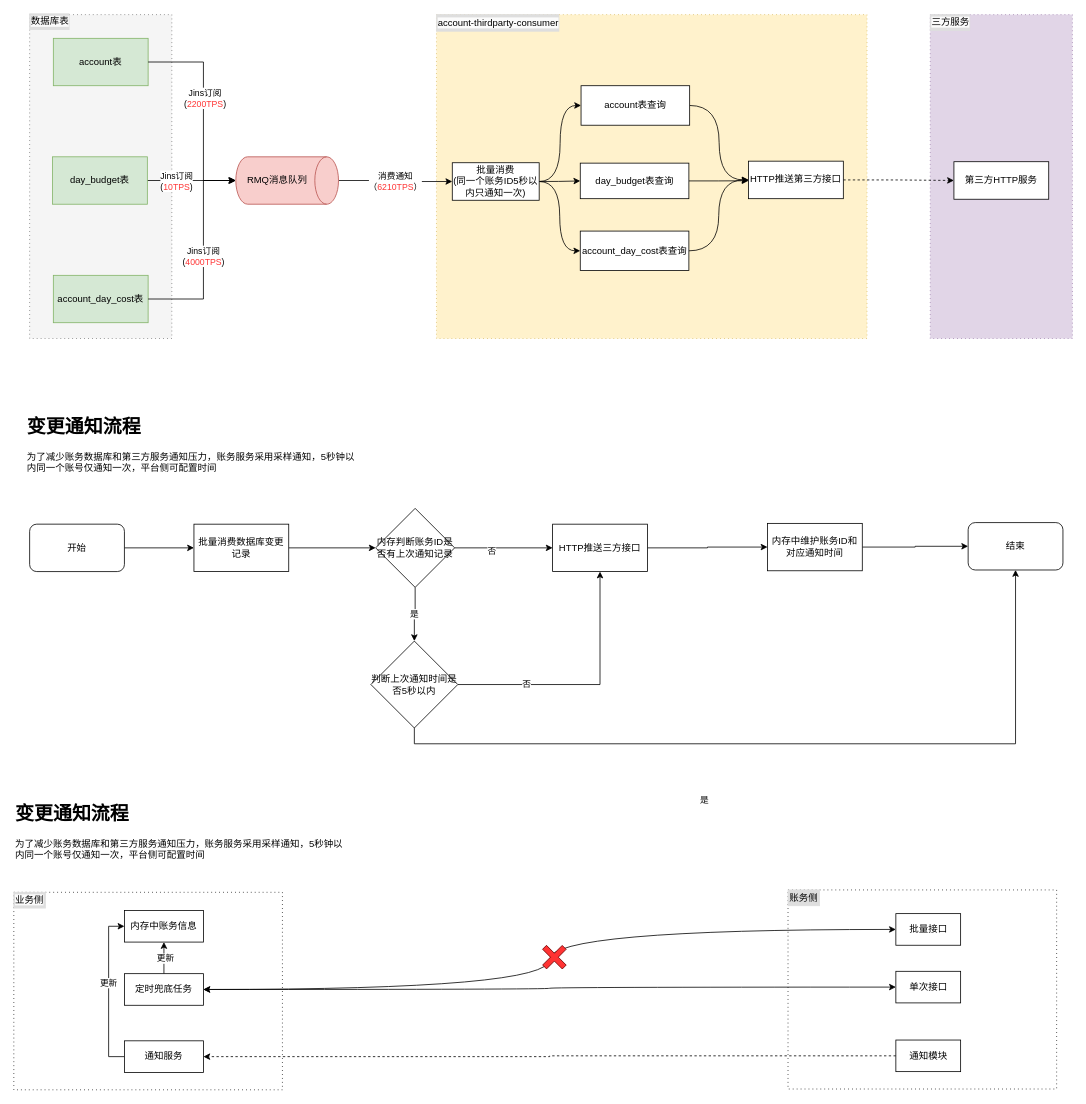
Earlier version of the draw.io diagram 账务变更通知架构图.drawio (qiangyin/zipkin-server). Source tidied: cells renumbered, new cells numbered last; positions are measured from the earlier drawing's top-left corner, leaving out a move shared by most shapes. Both pictures are drawn from the tidied source at 79%, with x=0, y=0 at pixel (13, 13).
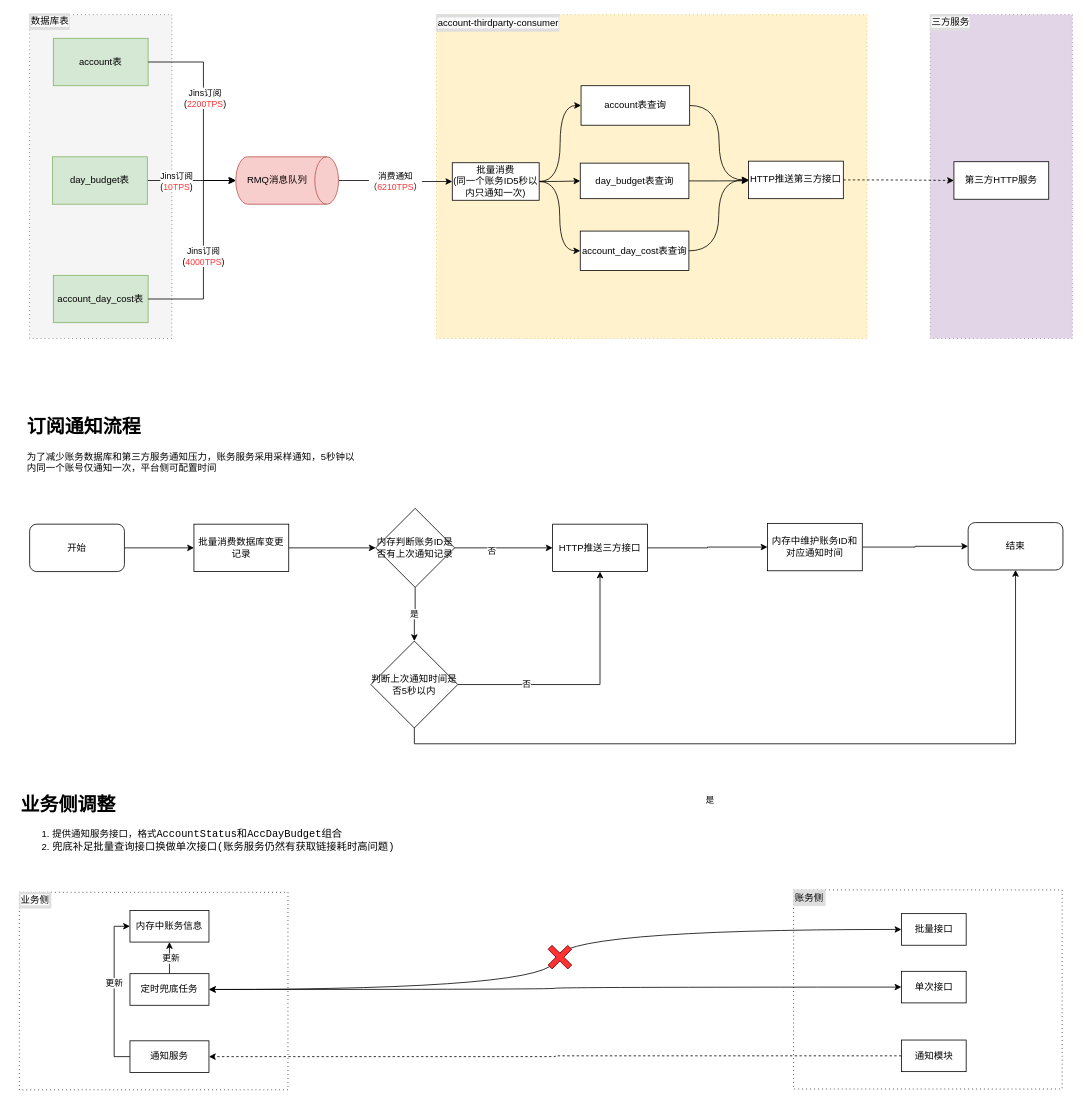
The same diagram, later.

Commit message:
更新账务变更通知架构图.drawio

The change refers to these unchanged cells:
```xml
<mxCell id="43" style="edgeStyle=orthogonalEdgeStyle;rounded=0;jettySize=auto;html=1;exitX=0.5;exitY=1;exitDx=0;exitDy=0;entryX=0.5;entryY=1;entryDx=0;entryDy=0;" parent="1" edge="1" source="45" target="40">
  <mxGeometry relative="1" as="geometry" />
</mxCell>
```

What changed in the source:
```diff
@@
     <mxCell id="44" value="是" style="edgeLabel;html=1;align=center;verticalAlign=middle;" parent="43" vertex="1">
       <mxGeometry x="-0.23" y="-5" relative="1" as="geometry">
-        <mxPoint x="1" y="66" as="offset" />
+        <mxPoint x="8" y="66" as="offset" />
       </mxGeometry>
     </mxCell>
@@
-    <mxCell id="50" value="&lt;h1 style=&quot;margin-top: 0px;&quot;&gt;变更通知流程&lt;/h1&gt;&lt;p&gt;为了减少账务数据库和第三方服务通知压力，账务服务采用采样通知，5秒钟以内同一个账号仅通知一次，平台侧可配置时间&lt;/p&gt;" style="text;html=1;whiteSpace=wrap;overflow=hidden;rounded=0;" parent="1" vertex="1">
+    <mxCell id="50" value="&lt;h1 style=&quot;margin-top: 0px;&quot;&gt;订阅通知流程&lt;/h1&gt;&lt;p&gt;为了减少账务数据库和第三方服务通知压力，账务服务采用采样通知，5秒钟以内同一个账号仅通知一次，平台侧可配置时间&lt;/p&gt;" style="text;html=1;whiteSpace=wrap;overflow=hidden;rounded=0;" parent="1" vertex="1">
       <mxGeometry x="15" y="502" width="420" height="95" as="geometry" />
     </mxCell>
     <mxCell id="51" style="rounded=0;whiteSpace=wrap;html=1;dashed=1;dashPattern=1 4;" parent="1" vertex="1">
-      <mxGeometry y="1112" width="340" height="250" as="geometry" />
+      <mxGeometry x="7" y="1112" width="340" height="250" as="geometry" />
     </mxCell>
     <mxCell id="52" value="&lt;span style=&quot;color: rgb(0, 0, 0); font-family: Helvetica; font-size: 12px; font-style: normal; font-variant-ligatures: normal; font-variant-caps: normal; font-weight: 400; letter-spacing: normal; orphans: 2; text-indent: 0px; text-transform: none; widows: 2; word-spacing: 0px; -webkit-text-stroke-width: 0px; white-space: normal; background-color: rgb(251, 251, 251); text-decoration-thickness: initial; text-decoration-style: initial; text-decoration-color: initial; float: none; display: inline !important;&quot;&gt;业务侧&lt;/span&gt;" style="text;html=1;align=left;verticalAlign=middle;whiteSpace=wrap;rounded=0;fillColor=#DEDEDE;strokeColor=#DEDEDE;fontColor=#333333;" parent="1" vertex="1">
-      <mxGeometry y="1112" width="40" height="20" as="geometry" />
+      <mxGeometry x="7" y="1112" width="40" height="20" as="geometry" />
     </mxCell>
     <mxCell id="53" style="rounded=0;whiteSpace=wrap;html=1;dashed=1;dashPattern=1 4;" parent="1" vertex="1">
-      <mxGeometry x="980" y="1109" width="340" height="252" as="geometry" />
+      <mxGeometry x="987" y="1109" width="340" height="252" as="geometry" />
     </mxCell>
     <mxCell id="54" value="&lt;font color=&quot;#000000&quot;&gt;账务侧&lt;/font&gt;" style="text;html=1;align=left;verticalAlign=middle;whiteSpace=wrap;rounded=0;fillColor=#DEDEDE;strokeColor=#DEDEDE;fontColor=#333333;" parent="1" vertex="1">
-      <mxGeometry x="980" y="1109" width="40" height="20" as="geometry" />
+      <mxGeometry x="987" y="1109" width="40" height="20" as="geometry" />
     </mxCell>
@@
     <mxCell id="58" value="定时兜底任务" style="rounded=0;whiteSpace=wrap;html=1;" parent="1" vertex="1">
-      <mxGeometry x="140" y="1215" width="100" height="40" as="geometry" />
+      <mxGeometry x="147" y="1215" width="100" height="40" as="geometry" />
     </mxCell>
     <mxCell id="59" value="内存中账务信息" style="rounded=0;whiteSpace=wrap;html=1;" parent="1" vertex="1">
-      <mxGeometry x="140" y="1135" width="100" height="40" as="geometry" />
+      <mxGeometry x="147" y="1135" width="100" height="40" as="geometry" />
     </mxCell>
@@
     <mxCell id="62" value="通知服务" style="rounded=0;whiteSpace=wrap;html=1;" parent="1" vertex="1">
-      <mxGeometry x="140" y="1300" width="100" height="40" as="geometry" />
+      <mxGeometry x="147" y="1300" width="100" height="40" as="geometry" />
     </mxCell>
@@
     <mxCell id="64" value="批量接口" style="rounded=0;whiteSpace=wrap;html=1;" parent="1" vertex="1">
-      <mxGeometry x="1116.5" y="1139" width="82" height="40" as="geometry" />
+      <mxGeometry x="1123.5" y="1139" width="82" height="40" as="geometry" />
     </mxCell>
     <mxCell id="65" value="单次接口" style="rounded=0;whiteSpace=wrap;html=1;" parent="1" vertex="1">
-      <mxGeometry x="1116.5" y="1212" width="82" height="40" as="geometry" />
+      <mxGeometry x="1123.5" y="1212" width="82" height="40" as="geometry" />
     </mxCell>
@@
     <mxCell id="67" value="通知模块" style="rounded=0;whiteSpace=wrap;html=1;" parent="1" vertex="1">
-      <mxGeometry x="1116.5" y="1299" width="82" height="40" as="geometry" />
+      <mxGeometry x="1123.5" y="1299" width="82" height="40" as="geometry" />
     </mxCell>
     <mxCell id="68" style="shape=cross;whiteSpace=wrap;html=1;rotation=45;fillColor=#FF3333;fontColor=#ffffff;strokeColor=#6F0000;" parent="1" vertex="1">
-      <mxGeometry x="666.6" y="1176.6" width="35.3" height="35" as="geometry" />
+      <mxGeometry x="673.6" y="1176.6" width="35.3" height="35" as="geometry" />
     </mxCell>
-    <mxCell id="69" value="&lt;h1 style=&quot;margin-top: 0px;&quot;&gt;变更通知流程&lt;/h1&gt;&lt;p&gt;为了减少账务数据库和第三方服务通知压力，账务服务采用采样通知，5秒钟以内同一个账号仅通知一次，平台侧可配置时间&lt;/p&gt;" style="text;html=1;whiteSpace=wrap;overflow=hidden;rounded=0;" parent="1" vertex="1">
-      <mxGeometry y="992" width="420" height="95" as="geometry" />
+    <mxCell id="69" value="&lt;h1 style=&quot;margin-top: 0px;&quot;&gt;业务侧调整&lt;/h1&gt;&lt;p&gt;&lt;/p&gt;&lt;ol&gt;&lt;li&gt;提供通知服务接口，格式&lt;span style=&quot;background-color: rgb(255, 255, 255); font-family: &amp;quot;JetBrains Mono&amp;quot;, monospace; font-size: 9.8pt; color: light-dark(rgb(0, 0, 0), rgb(255, 255, 255));&quot;&gt;AccountStatus和&lt;/span&gt;&lt;span style=&quot;background-color: rgb(255, 255, 255); font-family: &amp;quot;JetBrains Mono&amp;quot;, monospace; font-size: 9.8pt; color: light-dark(rgb(0, 0, 0), rgb(255, 255, 255));&quot;&gt;AccDayBudget组合&lt;/span&gt;&lt;/li&gt;&lt;li&gt;&lt;span style=&quot;background-color: rgb(255, 255, 255); font-family: &amp;quot;JetBrains Mono&amp;quot;, monospace; font-size: 9.8pt; color: light-dark(rgb(0, 0, 0), rgb(255, 255, 255));&quot;&gt;兜底补足批量查询接口换做单次接口(账务服务仍然有获取链接耗时高问题)&lt;/span&gt;&lt;/li&gt;&lt;/ol&gt;&lt;p&gt;&lt;/p&gt;" style="text;html=1;whiteSpace=wrap;overflow=hidden;rounded=0;" parent="1" vertex="1">
+      <mxGeometry x="7" y="980" width="493" height="121" as="geometry" />
     </mxCell>
```
